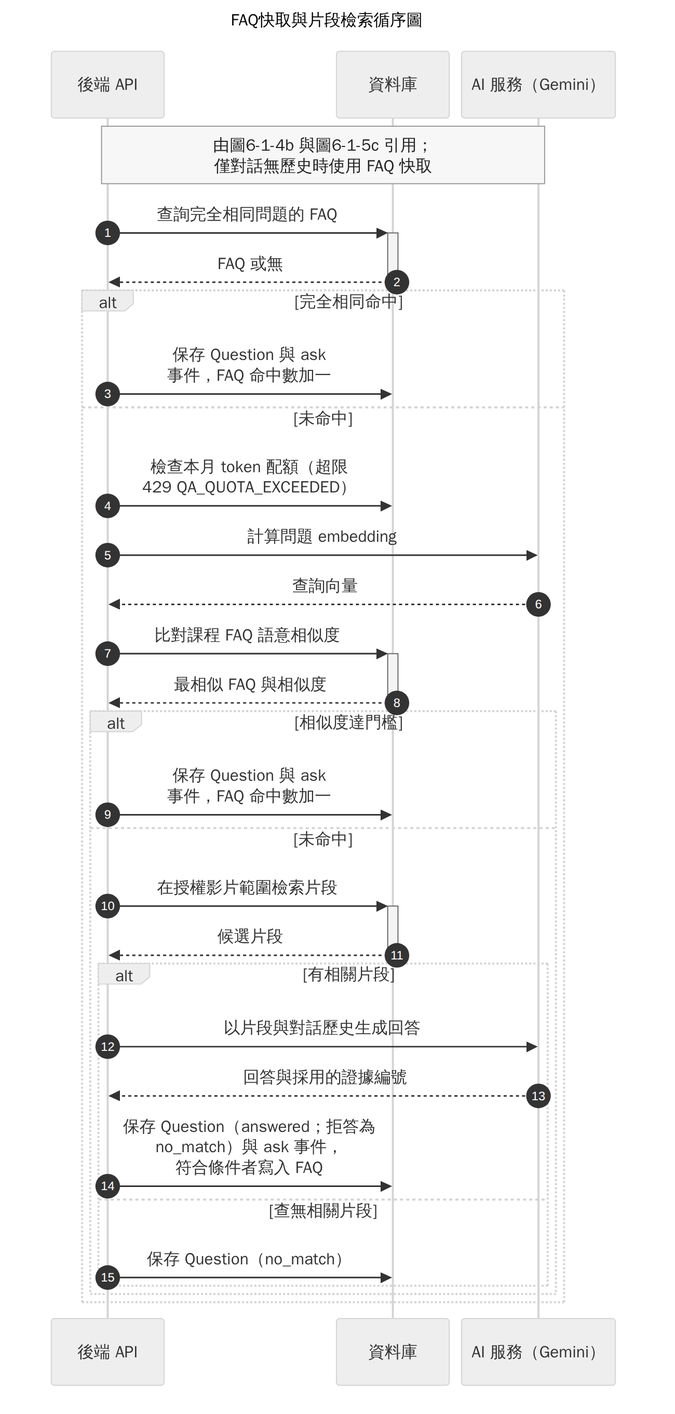
This is docs/05_圖庫/系統手冊/ch06/圖6-1-9-FAQ快取與片段檢索循序圖.png from 11246084/focusflow, a Mermaid export, as it was before one commit. Its source is kept beside it as docs/05_圖庫/系統手冊/ch06/圖6-1-9-FAQ快取與片段檢索循序圖.mmd. The source it was exported from:
```mermaid
---
title: FAQ快取與片段檢索循序圖
config:
  theme: neutral
  fontFamily: "Microsoft JhengHei, Noto Sans TC, WenQuanYi Zen Hei, sans-serif"
  themeVariables:
    noteBkgColor: "#f7f7f7"
    noteTextColor: "#222222"
    noteBorderColor: "#999999"
  sequence:
    mirrorActors: true
    width: 110
    actorMargin: 12
    messageMargin: 28
    boxMargin: 8
    noteMargin: 8
---
sequenceDiagram
    autonumber
    participant API as 後端 API
    participant DB as 資料庫
    participant AI as AI 服務（Gemini）

    Note over API,AI: 由圖6-1-4b 與圖6-1-5c 引用；<br/>僅對話無歷史時使用 FAQ 快取
    API->>+DB: 查詢完全相同問題的 FAQ
    DB-->>-API: FAQ 或無
    alt 完全相同命中
        API->>DB: 保存 Question 與 ask<br/>事件，FAQ 命中數加一
    else 未命中
        API->>DB: 檢查本月 token 配額（超限<br/>429 QA_QUOTA_EXCEEDED）
        API->>AI: 計算問題 embedding
        AI-->>API: 查詢向量
        API->>+DB: 比對課程 FAQ 語意相似度
        DB-->>-API: 最相似 FAQ 與相似度
        alt 相似度達門檻
            API->>DB: 保存 Question 與 ask<br/>事件，FAQ 命中數加一
        else 未命中
            API->>+DB: 在授權影片範圍檢索片段
            DB-->>-API: 候選片段
            alt 有相關片段
                API->>AI: 以片段與對話歷史生成回答
                AI-->>API: 回答與採用的證據編號
                API->>DB: 保存 Question（answered；拒答為<br/>no_match）與 ask 事件，<br/>符合條件者寫入 FAQ
            else 查無相關片段
                API->>DB: 保存 Question（no_match）
            end
        end
    end
```
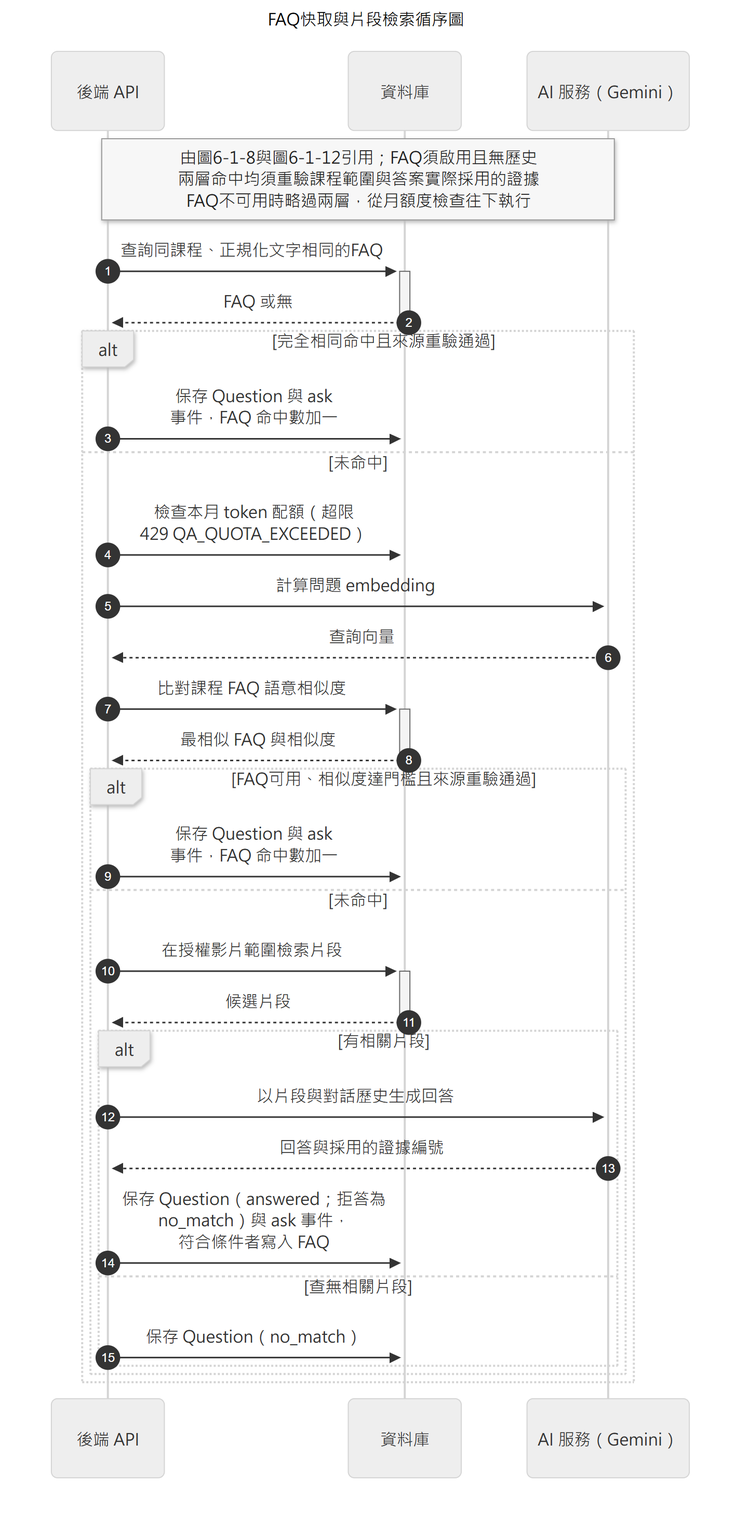
After the commit.

What changed in the source:
```diff
@@ -21,10 +21,10 @@
     participant DB as 資料庫
     participant AI as AI 服務（Gemini）
 
-    Note over API,AI: 由圖6-1-4b 與圖6-1-5c 引用；<br/>僅對話無歷史時使用 FAQ 快取
-    API->>+DB: 查詢完全相同問題的 FAQ
+    Note over API,AI: 由圖6-1-8與圖6-1-12引用；FAQ須啟用且無歷史<br/>兩層命中均須重驗課程範圍與答案實際採用的證據<br/>FAQ不可用時略過兩層，從月額度檢查往下執行
+    API->>+DB: 查詢同課程、正規化文字相同的FAQ
     DB-->>-API: FAQ 或無
-    alt 完全相同命中
+    alt 完全相同命中且來源重驗通過
         API->>DB: 保存 Question 與 ask<br/>事件，FAQ 命中數加一
     else 未命中
         API->>DB: 檢查本月 token 配額（超限<br/>429 QA_QUOTA_EXCEEDED）
@@ -32,7 +32,7 @@
         AI-->>API: 查詢向量
         API->>+DB: 比對課程 FAQ 語意相似度
         DB-->>-API: 最相似 FAQ 與相似度
-        alt 相似度達門檻
+        alt FAQ可用、相似度達門檻且來源重驗通過
             API->>DB: 保存 Question 與 ask<br/>事件，FAQ 命中數加一
         else 未命中
             API->>+DB: 在授權影片範圍檢索片段
```
